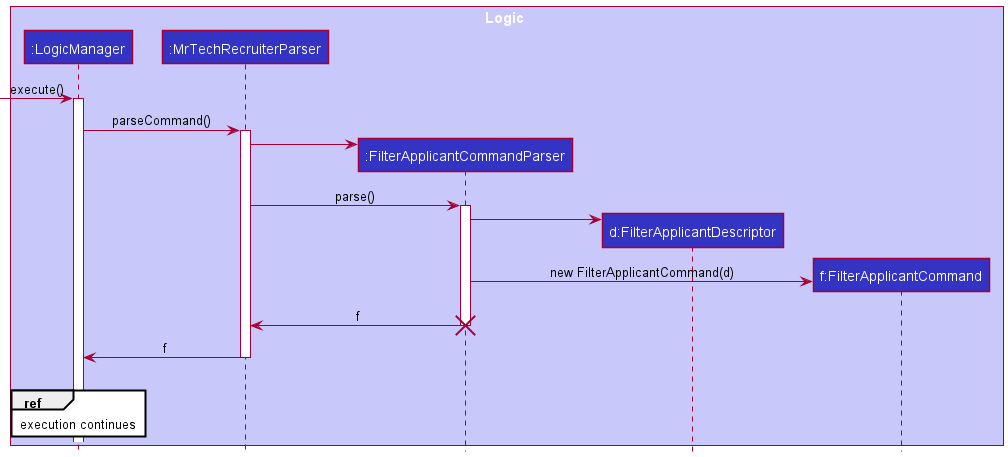
This is docs/images/FilterApplicantSequenceDiagram0.png from nus-cs2103-AY2122S1/tp, a PlantUML export, as it was before one commit. Its diagram source:
```plantuml
@startuml
!include style.puml

box Logic LOGIC_COLOR_T1
participant ":LogicManager" as LogicManager LOGIC_COLOR
participant ":MrTechRecruiterParser" as MrTechRecruiterParser LOGIC_COLOR
participant ":FilterApplicantCommandParser" as FilterApplicantCommandParser LOGIC_COLOR
participant "d:FilterApplicantDescriptor" as FilterApplicantDescriptor LOGIC_COLOR
participant "f:FilterApplicantCommand" as FilterApplicantCommand LOGIC_COLOR
end box

[-> LogicManager : execute()
activate LogicManager

LogicManager -> MrTechRecruiterParser : parseCommand()
activate MrTechRecruiterParser

MrTechRecruiterParser -> FilterApplicantCommandParser **

MrTechRecruiterParser -> FilterApplicantCommandParser ++ : parse()

FilterApplicantCommandParser -> FilterApplicantDescriptor **


FilterApplicantCommandParser -> FilterApplicantCommand ** : new FilterApplicantCommand(d)

FilterApplicantCommandParser -> MrTechRecruiterParser -- : f
destroy FilterApplicantCommandParser

MrTechRecruiterParser -> LogicManager -- : f
deactivate MrTechRecruiterParser
|||
ref over LogicManager : execution continues

@enduml
```
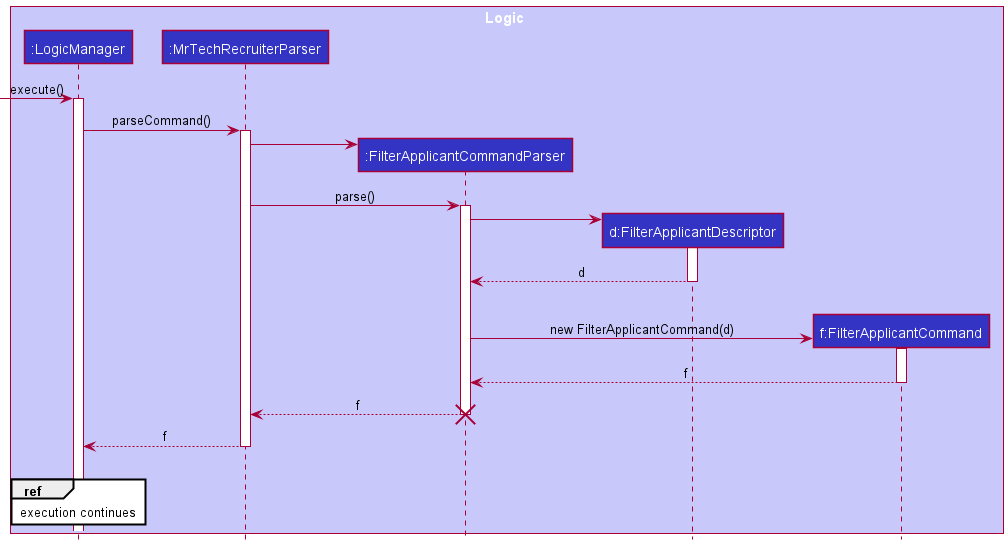
Above is the later version.

Diff of the diagram source:
```diff
@@ -20,14 +20,18 @@
 MrTechRecruiterParser -> FilterApplicantCommandParser ++ : parse()
 
 FilterApplicantCommandParser -> FilterApplicantDescriptor **
-
+activate FilterApplicantDescriptor
+FilterApplicantDescriptor --> FilterApplicantCommandParser -- : d
+|||
 
 FilterApplicantCommandParser -> FilterApplicantCommand ** : new FilterApplicantCommand(d)
+activate FilterApplicantCommand
+FilterApplicantCommand --> FilterApplicantCommandParser -- : f
 
-FilterApplicantCommandParser -> MrTechRecruiterParser -- : f
+FilterApplicantCommandParser --> MrTechRecruiterParser -- : f
 destroy FilterApplicantCommandParser
 
-MrTechRecruiterParser -> LogicManager -- : f
+MrTechRecruiterParser --> LogicManager -- : f
 deactivate MrTechRecruiterParser
 |||
 ref over LogicManager : execution continues
```
